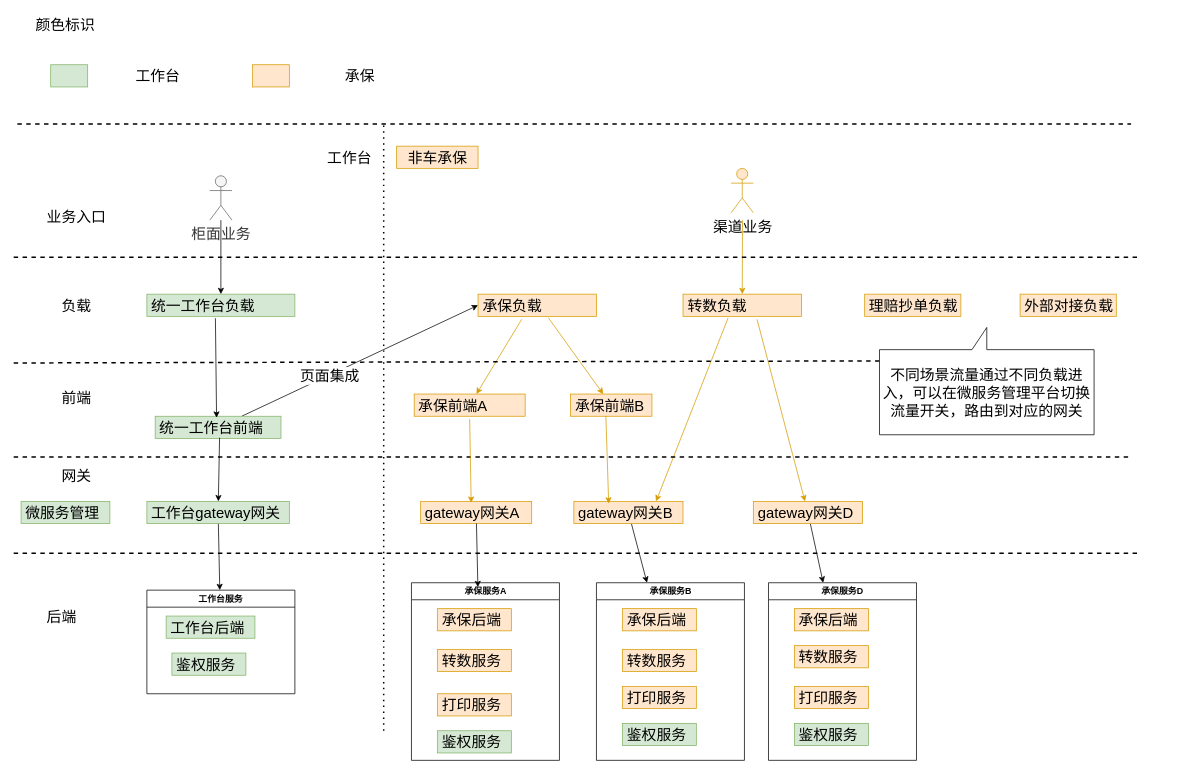
The draw.io diagram page "第 1 页 的副本" (2 of 6) of 网关代理架构图.drawio in java-zengguang/images, before the edit. Source tidied: cells renumbered, new cells numbered last; positions are measured from the earlier drawing's top-left corner, leaving out a move shared by most shapes. Both pictures are drawn from the tidied source at 74%, with x=0, y=0 at pixel (13, 13).
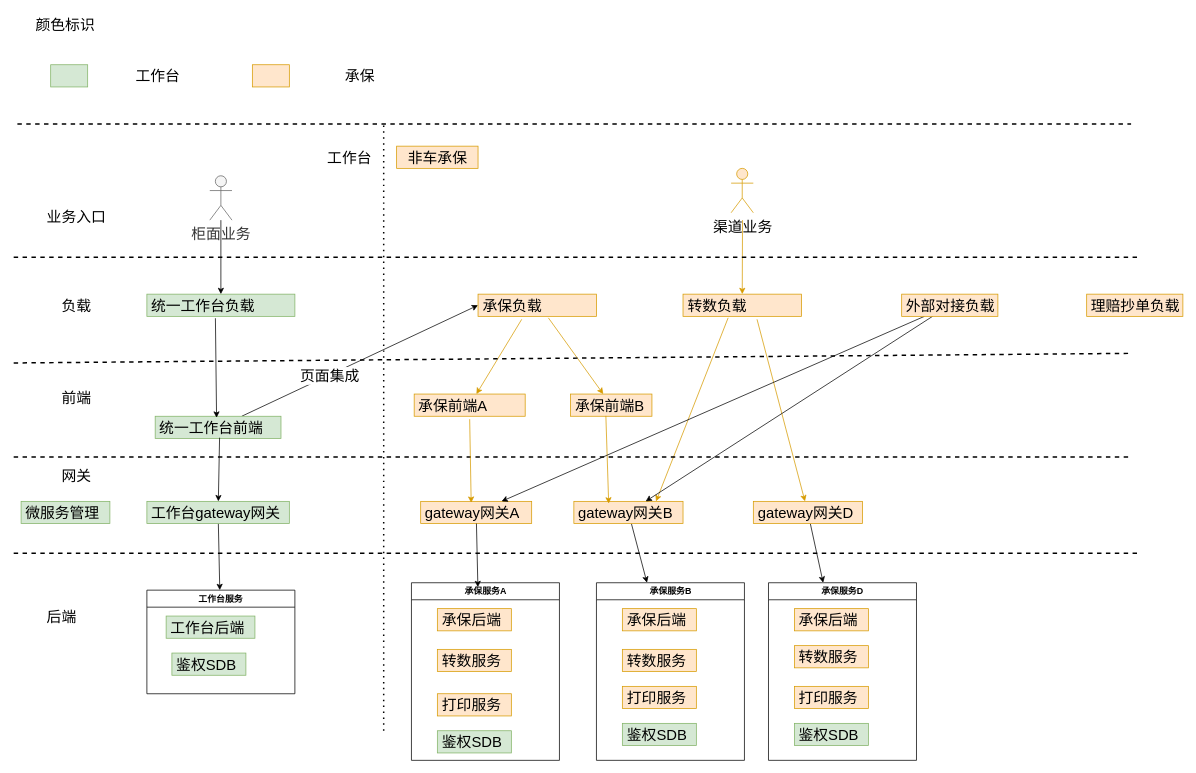
Above is the later version.

The change refers to these unchanged cells:
```xml
<mxCell id="13" value="&lt;font style=&quot;font-size: 20px;&quot;&gt;gateway网关B&lt;/font&gt;" style="text;strokeColor=#d79b00;fillColor=#ffe6cc;align=left;verticalAlign=middle;spacingLeft=4;spacingRight=4;overflow=hidden;points=[[0,0.5],[1,0.5]];portConstraint=eastwest;whiteSpace=wrap;html=1;" parent="1" vertex="1">
  <mxGeometry x="757" y="660" width="147.5" height="30" as="geometry" />
</mxCell>
<mxCell id="41" value="&lt;font style=&quot;font-size: 20px;&quot;&gt;gateway网关A&lt;/font&gt;" style="text;strokeColor=#d79b00;fillColor=#ffe6cc;align=left;verticalAlign=middle;spacingLeft=4;spacingRight=4;overflow=hidden;points=[[0,0.5],[1,0.5]];portConstraint=eastwest;whiteSpace=wrap;html=1;" parent="1" vertex="1">
  <mxGeometry x="550" y="660" width="150" height="30" as="geometry" />
</mxCell>
<mxCell id="46" value="工作台服务" style="swimlane;whiteSpace=wrap;html=1;" parent="1" vertex="1">
  <mxGeometry x="180" y="780" width="200" height="140" as="geometry" />
</mxCell>
<mxCell id="49" value="承保服务A" style="swimlane;whiteSpace=wrap;html=1;" parent="1" vertex="1">
  <mxGeometry x="537.5" y="770" width="200" height="240" as="geometry" />
</mxCell>
<mxCell id="54" value="承保服务B" style="swimlane;whiteSpace=wrap;html=1;" parent="1" vertex="1">
  <mxGeometry x="787.5" y="770" width="200" height="240" as="geometry" />
</mxCell>
<mxCell id="59" value="承保服务D" style="swimlane;whiteSpace=wrap;html=1;" parent="1" vertex="1">
  <mxGeometry x="1020" y="770" width="200" height="240" as="geometry" />
</mxCell>
```

Diff of the diagram source:
```diff
@@
     <mxCell id="35" style="endArrow=none;dashed=1;html=1;rounded=0;strokeWidth=2;" parent="1" edge="1">
       <mxGeometry relative="1" as="geometry">
         <mxPoint y="473" as="sourcePoint" />
-        <mxPoint x="1260" y="470" as="targetPoint" />
+        <mxPoint x="1510" y="460" as="targetPoint" />
       </mxGeometry>
     </mxCell>
@@
-    <mxCell id="48" value="&lt;font style=&quot;font-size: 20px;&quot;&gt;鉴权服务&lt;br&gt;&lt;/font&gt;" style="text;strokeColor=#82b366;fillColor=#d5e8d4;align=left;verticalAlign=middle;spacingLeft=4;spacingRight=4;overflow=hidden;whiteSpace=wrap;html=1;" parent="46" vertex="1">
+    <mxCell id="48" value="&lt;font style=&quot;font-size: 20px;&quot;&gt;鉴权SDB&lt;br&gt;&lt;/font&gt;" style="text;strokeColor=#82b366;fillColor=#d5e8d4;align=left;verticalAlign=middle;spacingLeft=4;spacingRight=4;overflow=hidden;whiteSpace=wrap;html=1;" parent="46" vertex="1">
       <mxGeometry x="33.8" y="85" width="100" height="30" as="geometry" />
     </mxCell>
@@
-    <mxCell id="53" value="&lt;font style=&quot;font-size: 20px;&quot;&gt;鉴权服务&lt;br&gt;&lt;/font&gt;" style="text;strokeColor=#82b366;fillColor=#d5e8d4;align=left;verticalAlign=middle;spacingLeft=4;spacingRight=4;overflow=hidden;whiteSpace=wrap;html=1;" parent="49" vertex="1">
+    <mxCell id="53" value="&lt;font style=&quot;font-size: 20px;&quot;&gt;鉴权SDB&lt;br&gt;&lt;/font&gt;" style="text;strokeColor=#82b366;fillColor=#d5e8d4;align=left;verticalAlign=middle;spacingLeft=4;spacingRight=4;overflow=hidden;whiteSpace=wrap;html=1;" parent="49" vertex="1">
       <mxGeometry x="35" y="200" width="100" height="30" as="geometry" />
     </mxCell>
@@
-    <mxCell id="58" value="&lt;font style=&quot;font-size: 20px;&quot;&gt;鉴权服务&lt;br&gt;&lt;/font&gt;" style="text;strokeColor=#82b366;fillColor=#d5e8d4;align=left;verticalAlign=middle;spacingLeft=4;spacingRight=4;overflow=hidden;whiteSpace=wrap;html=1;" parent="54" vertex="1">
+    <mxCell id="58" value="&lt;font style=&quot;font-size: 20px;&quot;&gt;鉴权SDB&lt;br&gt;&lt;/font&gt;" style="text;strokeColor=#82b366;fillColor=#d5e8d4;align=left;verticalAlign=middle;spacingLeft=4;spacingRight=4;overflow=hidden;whiteSpace=wrap;html=1;" parent="54" vertex="1">
       <mxGeometry x="35" y="190" width="100" height="30" as="geometry" />
     </mxCell>
@@
-    <mxCell id="63" value="&lt;font style=&quot;font-size: 20px;&quot;&gt;鉴权服务&lt;br&gt;&lt;/font&gt;" style="text;strokeColor=#82b366;fillColor=#d5e8d4;align=left;verticalAlign=middle;spacingLeft=4;spacingRight=4;overflow=hidden;whiteSpace=wrap;html=1;" parent="59" vertex="1">
+    <mxCell id="63" value="&lt;font style=&quot;font-size: 20px;&quot;&gt;鉴权SDB&lt;br&gt;&lt;/font&gt;" style="text;strokeColor=#82b366;fillColor=#d5e8d4;align=left;verticalAlign=middle;spacingLeft=4;spacingRight=4;overflow=hidden;whiteSpace=wrap;html=1;" parent="59" vertex="1">
       <mxGeometry x="35" y="190" width="100" height="30" as="geometry" />
     </mxCell>
@@
     <mxCell id="68" value="&lt;font style=&quot;font-size: 20px;&quot;&gt;理赔抄单负载&lt;/font&gt;" style="text;strokeColor=#d79b00;fillColor=#ffe6cc;align=left;verticalAlign=middle;spacingLeft=4;spacingRight=4;overflow=hidden;whiteSpace=wrap;html=1;" parent="1" vertex="1">
-      <mxGeometry x="1150" y="380" width="130" height="30" as="geometry" />
+      <mxGeometry x="1450" y="380" width="130" height="30" as="geometry" />
     </mxCell>
+    <mxCell id="71" style="rounded=0;jettySize=auto;html=1;" parent="1" edge="1" source="69" target="41">
+      <mxGeometry relative="1" as="geometry" />
+    </mxCell>
+    <mxCell id="72" style="rounded=0;jettySize=auto;html=1;" parent="1" edge="1" source="69" target="13">
+      <mxGeometry relative="1" as="geometry" />
+    </mxCell>
     <mxCell id="69" value="&lt;font style=&quot;font-size: 20px;&quot;&gt;外部对接负载&lt;/font&gt;" style="text;strokeColor=#d79b00;fillColor=#ffe6cc;align=left;verticalAlign=middle;spacingLeft=4;spacingRight=4;overflow=hidden;points=[[0,0.5],[1,0.5]];portConstraint=eastwest;whiteSpace=wrap;html=1;" parent="1" vertex="1">
-      <mxGeometry x="1360" y="380" width="130" height="30" as="geometry" />
+      <mxGeometry x="1200" y="380" width="130" height="30" as="geometry" />
     </mxCell>
-    <mxCell id="70" value="&lt;font style=&quot;font-size: 20px;&quot;&gt;不同场景流量通过不同负载进入，可以在微服务管理平台切换流量开关，路由到对应的网关&lt;br&gt;&lt;/font&gt;" style="shape=callout;whiteSpace=wrap;html=1;perimeter=calloutPerimeter;direction=west;" parent="1" vertex="1">
-      <mxGeometry x="1170" y="425" width="290" height="145" as="geometry" />
-    </mxCell>
```
